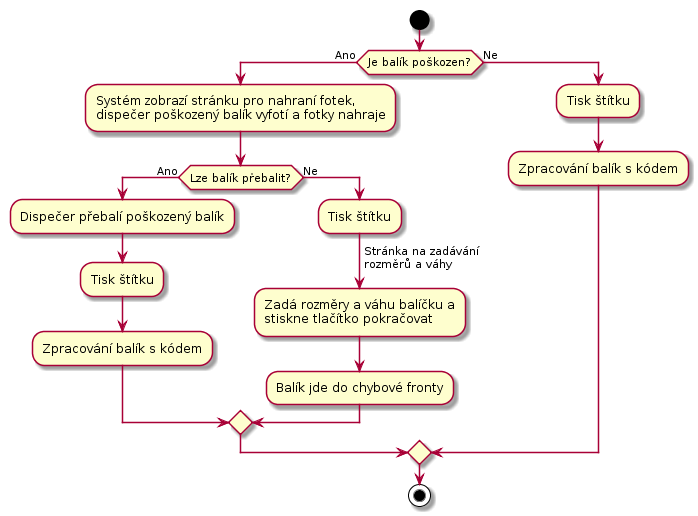
Earlier version of the PlantUML export docs/diagrams/out/uc-21-activity-3.png (Internet-Handel/postman).
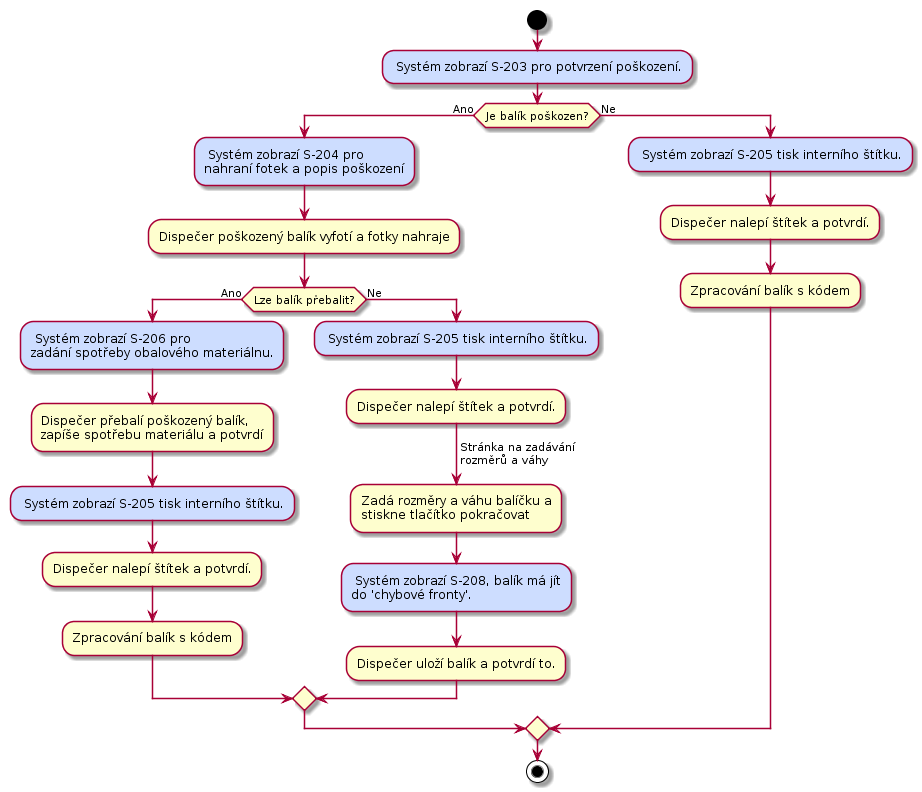
Above is the later version.

What changed in the source:
```diff
@@ -1,23 +1,33 @@
 @startuml
 start
 
+#CDDDFF: Systém zobrazí S-203 pro potvrzení poškození.;
+
 if (Je balík poškozen?) then (Ano)
-    :Systém zobrazí stránku pro nahraní fotek,
-    dispečer poškozený balík vyfotí a fotky nahraje;
-
+    #CDDDFF: Systém zobrazí S-204 pro
+    nahraní fotek a popis poškození;
+    :Dispečer poškozený balík vyfotí a fotky nahraje;
     if (Lze balík přebalit?) then (Ano)
-        :Dispečer přebalí poškozený balík;
-        :Tisk štítku;
+        #CDDDFF: Systém zobrazí S-206 pro
+        zadání spotřeby obalového materiálnu.;
+        :Dispečer přebalí poškozený balík,
+        zapíše spotřebu materiálu a potvrdí;
+        #CDDDFF: Systém zobrazí S-205 tisk interního štítku.;
+        :Dispečer nalepí štítek a potvrdí.;
         :Zpracování balík s kódem;
     else (Ne)
-        :Tisk štítku;
+        #CDDDFF: Systém zobrazí S-205 tisk interního štítku.;
+        :Dispečer nalepí štítek a potvrdí.;
         -> Stránka na zadávání\nrozměrů a váhy;
         :Zadá rozměry a váhu balíčku a
         stiskne tlačítko pokračovat;
-        :Balík jde do chybové fronty;
+        #CDDDFF: Systém zobrazí S-208, balík má jít
+        do 'chybové fronty'.;
+        :Dispečer uloží balík a potvrdí to.;
     endif
 else (Ne)
-    :Tisk štítku;
+    #CDDDFF: Systém zobrazí S-205 tisk interního štítku.;
+    :Dispečer nalepí štítek a potvrdí.;
     :Zpracování balík s kódem;
 endif
 
```
